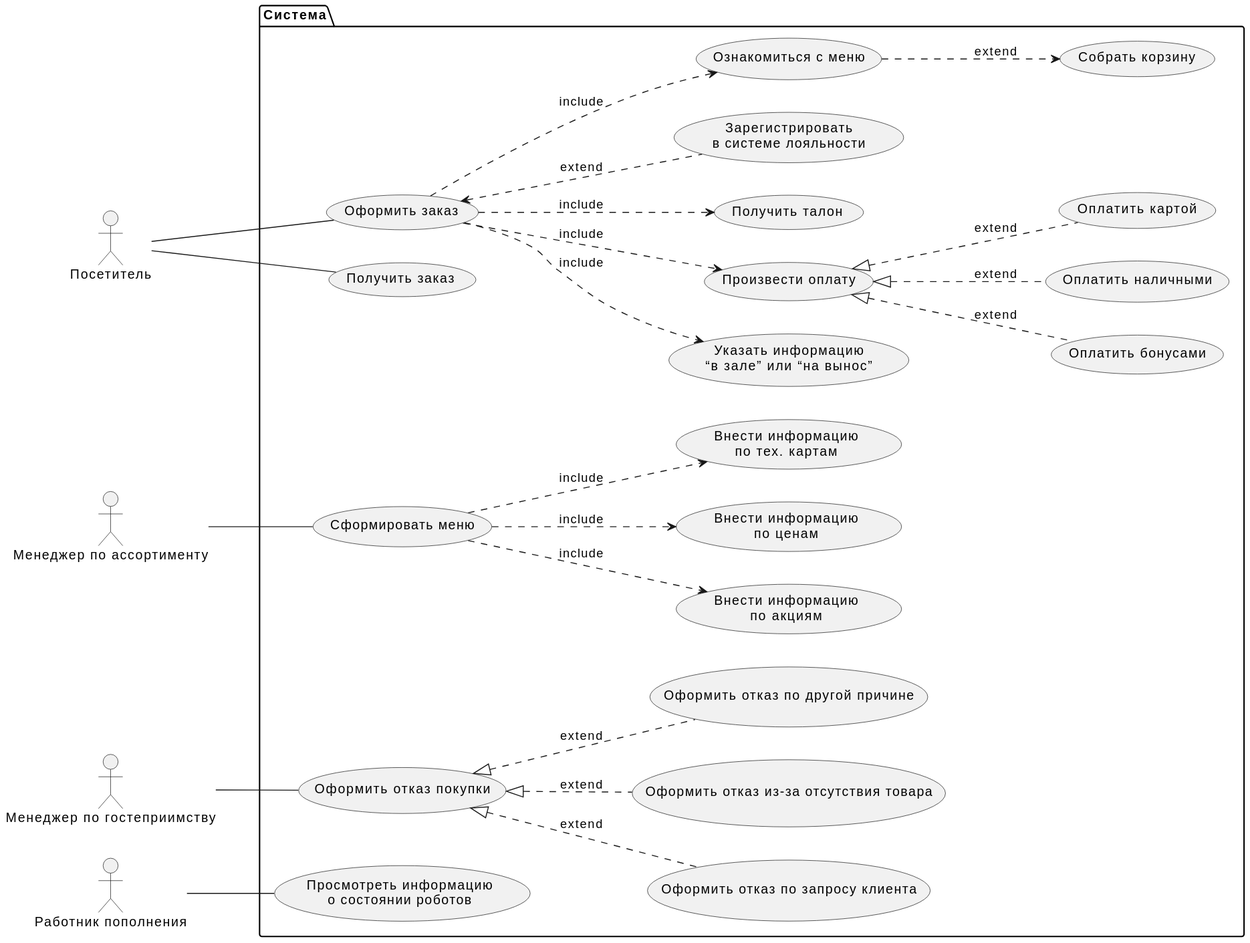
doriansweet/otus_project keeps this PlantUML diagram as docs/diagrams/out/use_case.svg. Above is the earlier version. The source it was exported from:
```plantuml
@startuml
left to right direction
skinparam DefaultTextAlignment center
actor "Посетитель" as client
actor "Менеджер по ассортименту" as mvariety
actor "Менеджер по гостеприимству" as mguest
actor "Работник пополнения" as mbuy

package Система {

usecase "Оформить заказ" as offer
usecase "Получить заказ" as getoffer
usecase "Ознакомиться с меню" as menu
usecase "Собрать корзину" as basket
usecase "Указать информацию\n“в зале” или “на вынос”" as place
usecase "Произвести оплату" as pay
usecase "Оплатить бонусами" as pay_bonus
usecase "Оплатить наличными" as pay_cash
usecase "Оплатить картой" as pay_card
usecase "Получить талон" as ticket
usecase "Зарегистрировать\nв системе лояльности" as loyal
usecase "Оформить отказ покупки" as canc
usecase "Оформить отказ по запросу клиента" as canc_client
usecase "Оформить отказ из-за отсутствия товара" as canc_no_stock
usecase "Оформить отказ по другой причине" as canc_other
usecase "Сформировать меню" as addmenu
usecase "Внести информацию\nпо акциям" as acs
usecase "Внести информацию\nпо ценам" as cena
usecase "Внести информацию\nпо тех. картам" as poc
usecase "Просмотреть информацию\nо состоянии роботов" as robot

}

client -- offer
client -- getoffer

offer ..> menu : include
menu ..> basket : extend
offer ..> pay : include
offer ..> place : include
offer ..> ticket : include
offer <.. loyal : extend

pay <|.. pay_bonus : extend
pay <|.. pay_cash : extend
pay <|.. pay_card : extend

mvariety -- addmenu

mguest -- canc
canc <|.. canc_client : extend
canc <|.. canc_no_stock : extend
canc <|.. canc_other : extend

addmenu ..> acs : include
addmenu ..> cena : include
addmenu ..> poc : include

mbuy -- robot
@enduml
```
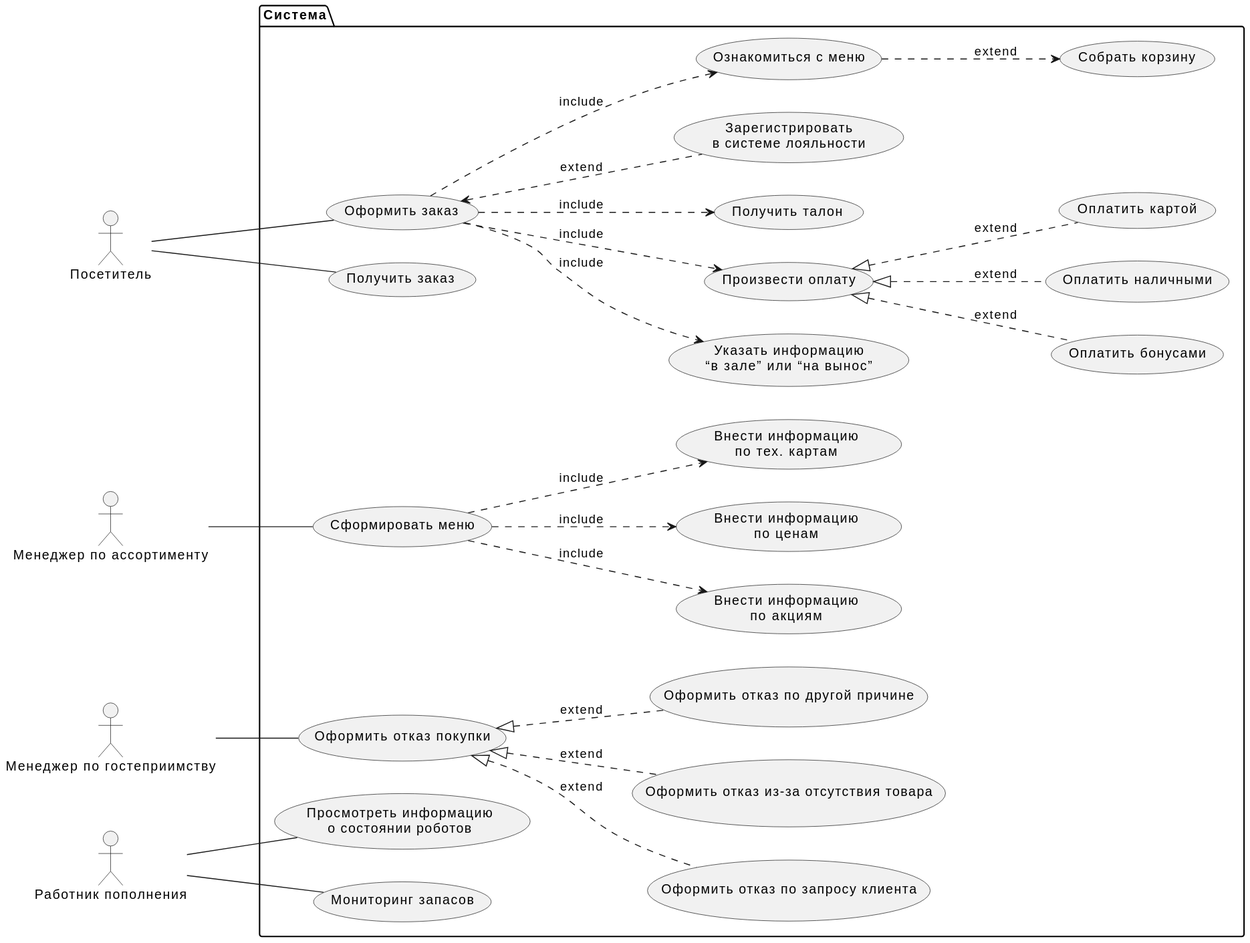
Above is the later version.

What changed in the source:
```diff
@@ -28,6 +28,7 @@
 usecase "Внести информацию\nпо ценам" as cena
 usecase "Внести информацию\nпо тех. картам" as poc
 usecase "Просмотреть информацию\nо состоянии роботов" as robot
+usecase "Мониторинг запасов" as stock_check
 
 }
 
@@ -57,4 +58,5 @@
 addmenu ..> poc : include
 
 mbuy -- robot
+mbuy -- stock_check
 @enduml
```
